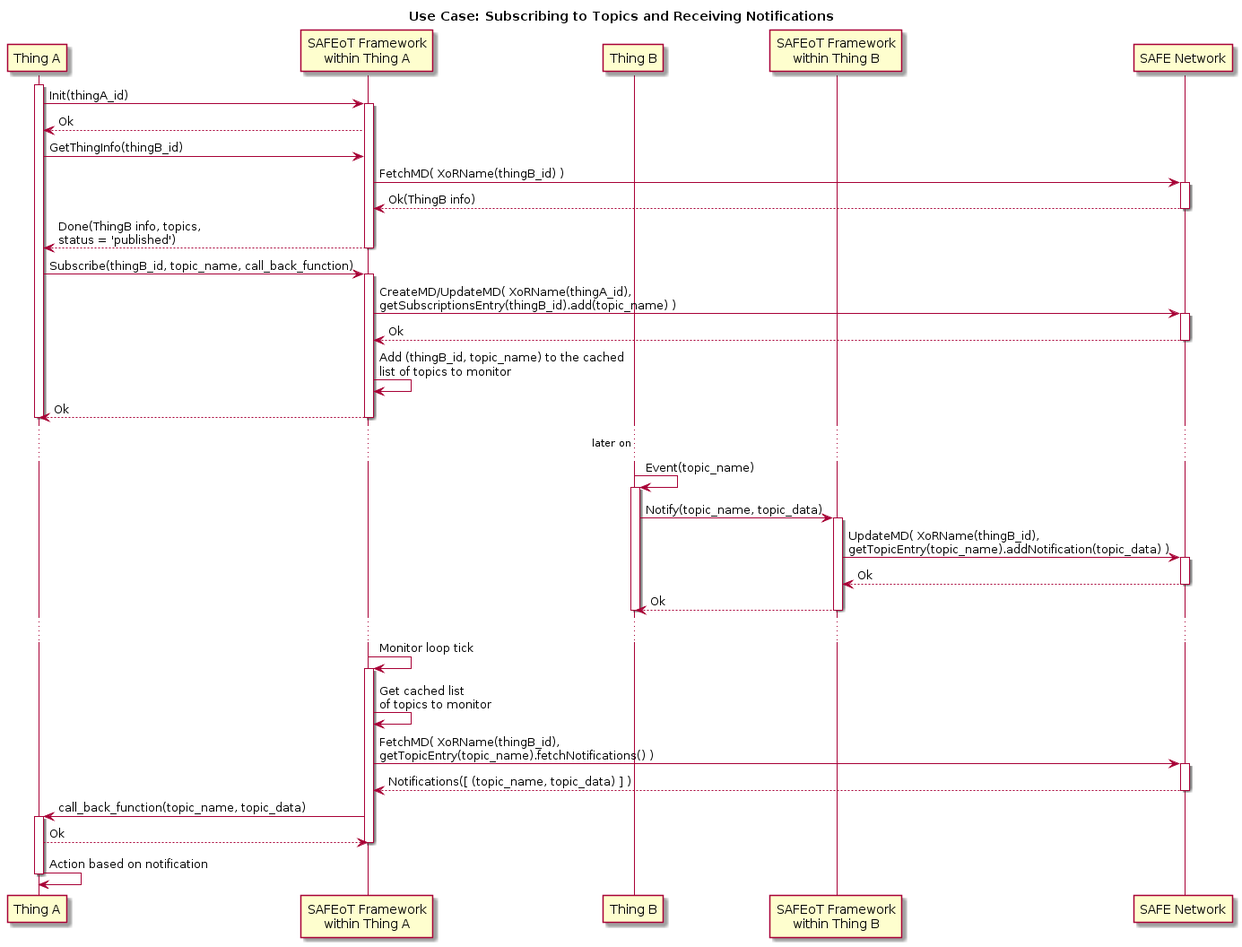
The PlantUML diagram misc/UC_subscriptions_and_notifications.png in bochaco/safe_thing, before a commit.
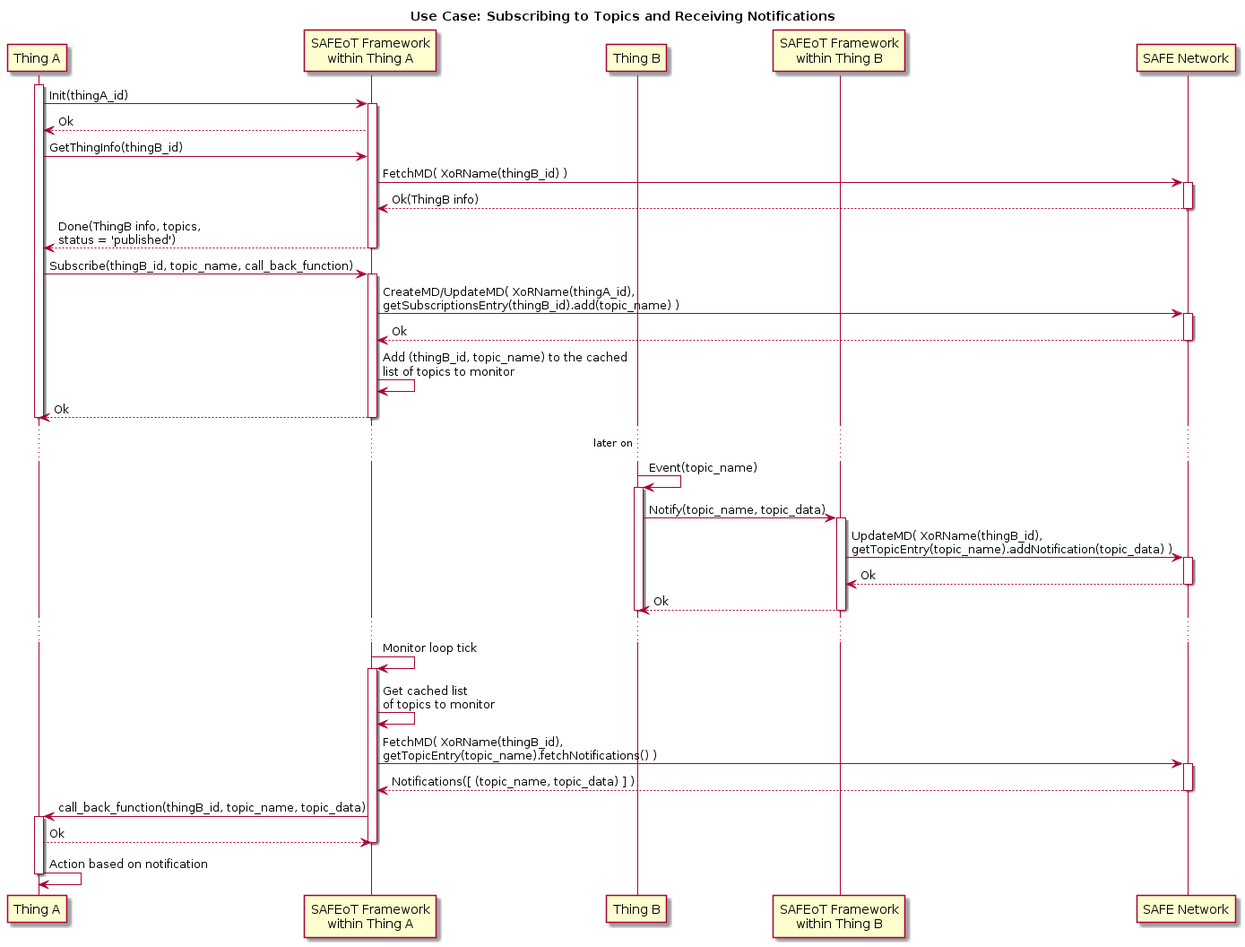
The same diagram one commit later.

Diff of the diagram source:
```diff
@@ -67,7 +67,7 @@
 safeotA <-- safenet: Notifications([ (topic_name, topic_data) ] )
 deactivate safenet
 
-thingA <- safeotA: call_back_function(topic_name, topic_data)
+thingA <- safeotA: call_back_function(thingB_id, topic_name, topic_data)
 activate thingA
 
 thingA --> safeotA: Ok
```
